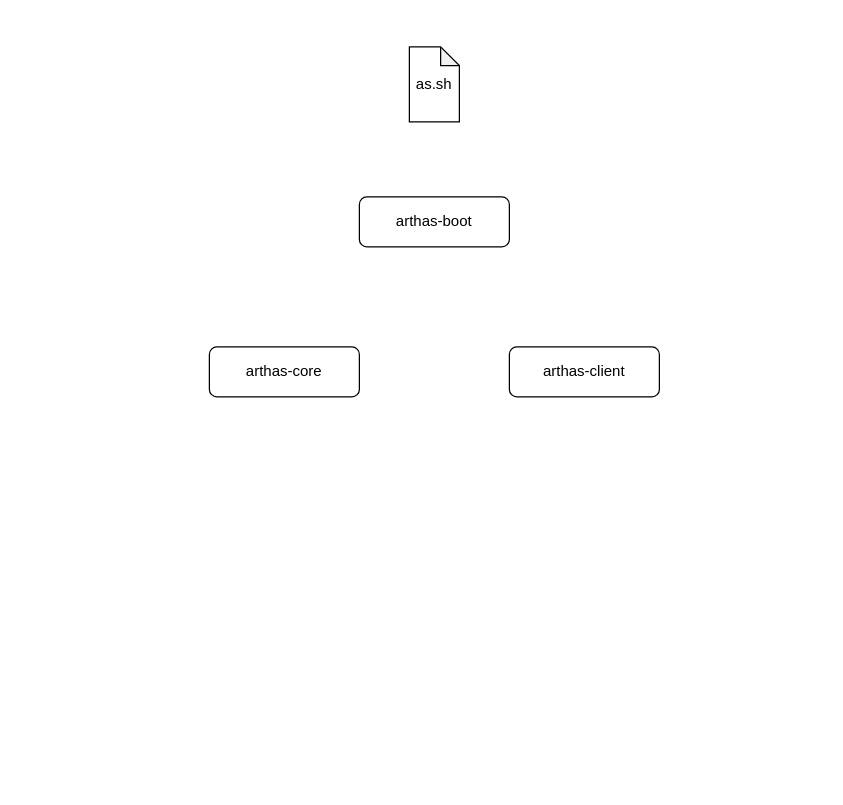
The draw.io diagram arthas/arthas.drawio in rabbitcount/drawio, before the edit. Source tidied: cells renumbered, new cells numbered last; positions are measured from the earlier drawing's top-left corner, leaving out a move shared by most shapes. Both pictures are drawn from the tidied source at 125%, with x=0, y=0 at pixel (209, 46).
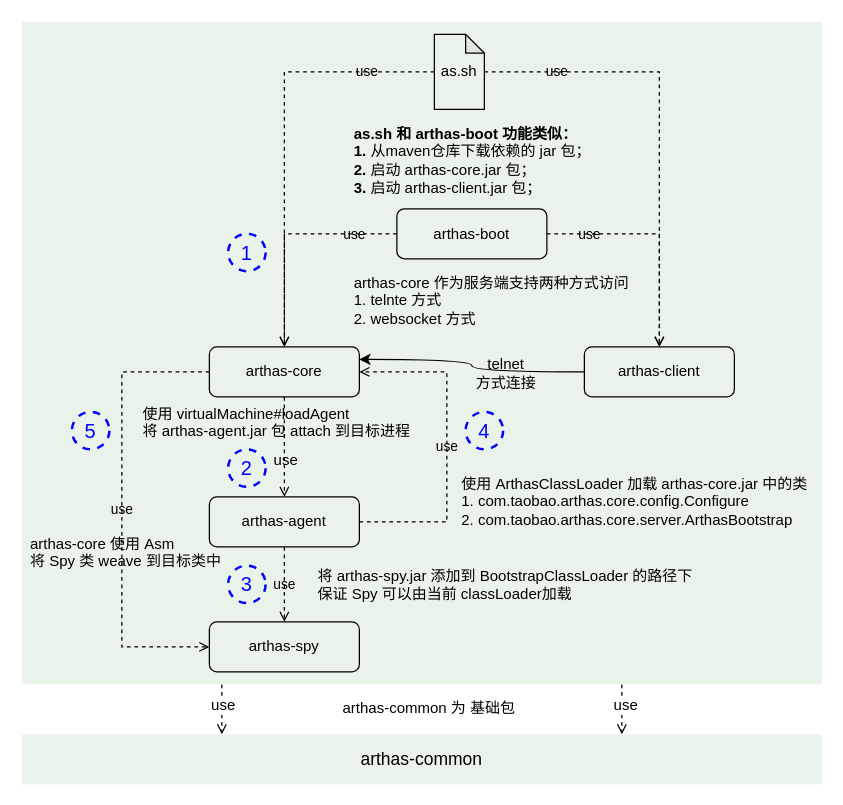
The same page after the edit.

Change to the diagram source:
```diff
@@
+    <mxCell id="6" style="edgeStyle=orthogonalEdgeStyle;rounded=0;jettySize=auto;html=1;exitX=0.25;exitY=1;exitDx=0;exitDy=0;entryX=0.25;entryY=0;entryDx=0;entryDy=0;dashed=1;labelBackgroundColor=none;endArrow=open;endFill=0;fontSize=12;fontColor=#0000FF;" parent="1" edge="1" source="10" target="35">
+      <mxGeometry relative="1" as="geometry" />
+    </mxCell>
+    <mxCell id="7" value="use" style="text;html=1;align=center;verticalAlign=middle;labelBackgroundColor=#ffffff;fontSize=12;fontColor=#000000;" parent="6" vertex="1">
+      <mxGeometry x="-0.15" relative="1" as="geometry">
+        <mxPoint y="-1" as="offset" />
+      </mxGeometry>
+    </mxCell>
+    <mxCell id="8" style="edgeStyle=orthogonalEdgeStyle;rounded=0;jettySize=auto;html=1;exitX=0.75;exitY=1;exitDx=0;exitDy=0;entryX=0.75;entryY=0;entryDx=0;entryDy=0;dashed=1;labelBackgroundColor=none;endArrow=open;endFill=0;fontSize=12;fontColor=#0000FF;" parent="1" edge="1" source="10" target="35">
+      <mxGeometry relative="1" as="geometry" />
+    </mxCell>
+    <mxCell id="9" value="use" style="text;html=1;align=center;verticalAlign=middle;labelBackgroundColor=#ffffff;fontSize=12;fontColor=#000000;" parent="8" vertex="1">
+      <mxGeometry x="-0.35" y="2" relative="1" as="geometry">
+        <mxPoint y="3" as="offset" />
+      </mxGeometry>
+    </mxCell>
+    <mxCell id="10" style="rounded=0;whiteSpace=wrap;html=1;labelBackgroundColor=none;strokeColor=none;fillColor=#d5e8d4;fontSize=14;gradientColor=none;opacity=50;shadow=0;glass=0;" parent="1" vertex="1">
+      <mxGeometry x="-150" y="-20" width="640" height="530" as="geometry" />
+    </mxCell>
+    <mxCell id="11" value="use" style="rounded=0;jettySize=auto;html=1;entryX=0.5;entryY=0;entryDx=0;entryDy=0;edgeStyle=orthogonalEdgeStyle;dashed=1;endArrow=open;endFill=0;labelBackgroundColor=none;" parent="1" edge="1" source="2" target="4">
+      <mxGeometry x="-0.68" relative="1" as="geometry">
+        <Array as="points">
+          <mxPoint x="60" y="20" />
+        </Array>
+      </mxGeometry>
+    </mxCell>
+    <mxCell id="12" value="use" style="edgeStyle=orthogonalEdgeStyle;rounded=0;jettySize=auto;html=1;dashed=1;endArrow=open;endFill=0;entryX=0.5;entryY=0;entryDx=0;entryDy=0;labelBackgroundColor=none;" parent="1" edge="1" source="2" target="5">
+      <mxGeometry x="-0.68" relative="1" as="geometry">
+        <Array as="points">
+          <mxPoint x="360" y="20" />
+        </Array>
+      </mxGeometry>
+    </mxCell>
-    <mxCell id="2" value="as.sh" style="shape=note;whiteSpace=wrap;html=1;backgroundOutline=1;darkOpacity=0.05;fillColor=none;size=15;" parent="1" vertex="1">
-      <mxGeometry x="160" width="40" height="60" as="geometry" />
+    <mxCell id="2" value="as.sh" style="shape=note;whiteSpace=wrap;html=1;backgroundOutline=1;darkOpacity=0.05;fillColor=none;size=15;fontSize=12;fontStyle=0;comic=0;shadow=0;" parent="1" vertex="1">
+      <mxGeometry x="180" y="-10" width="40" height="60" as="geometry" />
     </mxCell>
+    <mxCell id="13" value="use" style="edgeStyle=orthogonalEdgeStyle;rounded=0;jettySize=auto;html=1;entryX=0.5;entryY=0;entryDx=0;entryDy=0;dashed=1;endArrow=open;endFill=0;labelBackgroundColor=none;" parent="1" edge="1" source="3" target="4">
+      <mxGeometry x="-0.62" relative="1" as="geometry">
+        <Array as="points">
+          <mxPoint x="60" y="150" />
+        </Array>
+      </mxGeometry>
+    </mxCell>
+    <mxCell id="14" value="use" style="edgeStyle=orthogonalEdgeStyle;rounded=0;jettySize=auto;html=1;entryX=0.5;entryY=0;entryDx=0;entryDy=0;dashed=1;endArrow=open;endFill=0;labelBackgroundColor=none;" parent="1" edge="1" source="3" target="5">
+      <mxGeometry x="-0.62" relative="1" as="geometry">
+        <Array as="points">
+          <mxPoint x="360" y="150" />
+        </Array>
+      </mxGeometry>
+    </mxCell>
-    <mxCell id="3" value="arthas-boot" style="rounded=1;whiteSpace=wrap;html=1;fillColor=none;" parent="1" vertex="1">
-      <mxGeometry x="120" y="120" width="120" height="40" as="geometry" />
+    <mxCell id="3" value="arthas-boot" style="rounded=1;whiteSpace=wrap;html=1;fillColor=none;fontSize=12;fontStyle=0;" parent="1" vertex="1">
+      <mxGeometry x="150" y="129.5" width="120" height="40" as="geometry" />
     </mxCell>
+    <mxCell id="15" style="edgeStyle=orthogonalEdgeStyle;rounded=0;jettySize=auto;html=1;dashed=1;endArrow=open;endFill=0;" parent="1" edge="1" source="4" target="22">
+      <mxGeometry relative="1" as="geometry" />
+    </mxCell>
+    <mxCell id="16" value="use" style="text;html=1;align=center;verticalAlign=middle;labelBackgroundColor=none;" parent="15" vertex="1">
+      <mxGeometry x="-0.57" y="1" relative="1" as="geometry">
+        <mxPoint x="-1" y="33" as="offset" />
+      </mxGeometry>
+    </mxCell>
+    <mxCell id="17" value="use" style="edgeStyle=orthogonalEdgeStyle;rounded=0;jettySize=auto;html=1;entryX=0;entryY=0.5;entryDx=0;entryDy=0;dashed=1;endArrow=open;endFill=0;labelBackgroundColor=none;" parent="1" edge="1" source="4" target="23">
+      <mxGeometry relative="1" as="geometry">
+        <Array as="points">
+          <mxPoint x="-70" y="260" />
+          <mxPoint x="-70" y="480" />
+        </Array>
+      </mxGeometry>
+    </mxCell>
-    <mxCell id="4" value="arthas-core" style="rounded=1;whiteSpace=wrap;html=1;fillColor=none;" parent="1" vertex="1">
+    <mxCell id="4" value="arthas-core" style="rounded=1;whiteSpace=wrap;html=1;fillColor=none;fontSize=12;fontStyle=0;" parent="1" vertex="1">
       <mxGeometry y="240" width="120" height="40" as="geometry" />
     </mxCell>
+    <mxCell id="18" style="edgeStyle=orthogonalEdgeStyle;rounded=0;jettySize=auto;html=1;entryX=1;entryY=0.25;entryDx=0;entryDy=0;curved=1;" parent="1" edge="1" source="5" target="4">
+      <mxGeometry relative="1" as="geometry" />
+    </mxCell>
+    <mxCell id="19" value="telnet&lt;br&gt;方式连接" style="text;html=1;align=center;verticalAlign=middle;labelBackgroundColor=none;" parent="18" vertex="1">
+      <mxGeometry x="0.14" y="4" relative="1" as="geometry">
+        <mxPoint x="34" y="6" as="offset" />
+      </mxGeometry>
+    </mxCell>
-    <mxCell id="5" value="arthas-client" style="rounded=1;whiteSpace=wrap;html=1;fillColor=none;" parent="1" vertex="1">
-      <mxGeometry x="240" y="240" width="120" height="40" as="geometry" />
+    <mxCell id="5" value="arthas-client" style="rounded=1;whiteSpace=wrap;html=1;fillColor=none;fontSize=12;fontStyle=0;" parent="1" vertex="1">
+      <mxGeometry x="300" y="240" width="120" height="40" as="geometry" />
     </mxCell>
+    <mxCell id="20" value="use" style="edgeStyle=orthogonalEdgeStyle;rounded=0;jettySize=auto;html=1;entryX=0.5;entryY=0;entryDx=0;entryDy=0;dashed=1;endArrow=open;endFill=0;labelBackgroundColor=none;" parent="1" edge="1" source="22" target="23">
+      <mxGeometry relative="1" as="geometry" />
+    </mxCell>
+    <mxCell id="21" value="use" style="edgeStyle=orthogonalEdgeStyle;rounded=0;jettySize=auto;html=1;entryX=1;entryY=0.5;entryDx=0;entryDy=0;dashed=1;exitX=1;exitY=0.5;exitDx=0;exitDy=0;endArrow=open;endFill=0;labelBackgroundColor=none;" parent="1" edge="1" source="22" target="4">
+      <mxGeometry relative="1" as="geometry">
+        <Array as="points">
+          <mxPoint x="190" y="380" />
+          <mxPoint x="190" y="260" />
+        </Array>
+      </mxGeometry>
+    </mxCell>
+    <mxCell id="22" value="arthas-agent" style="rounded=1;whiteSpace=wrap;html=1;fillColor=none;fontSize=12;fontStyle=0;" parent="1" vertex="1">
+      <mxGeometry y="360" width="120" height="40" as="geometry" />
+    </mxCell>
+    <mxCell id="23" value="arthas-spy" style="rounded=1;whiteSpace=wrap;html=1;fillColor=none;fontSize=12;fontStyle=0;" parent="1" vertex="1">
+      <mxGeometry y="460" width="120" height="40" as="geometry" />
+    </mxCell>
+    <mxCell id="24" value="&lt;b&gt;as.sh 和 arthas-boot 功能类似：&lt;/b&gt;&lt;br&gt;&lt;b&gt;1. &lt;/b&gt;从maven仓库下载依赖的 jar 包；&lt;br&gt;&lt;b&gt;2.&lt;/b&gt; 启动 arthas-core.jar 包；&lt;br&gt;&lt;b&gt;3.&lt;/b&gt; 启动 arthas-client.jar 包；" style="text;html=1;align=left;verticalAlign=top;spacingTop=-4;" parent="1" vertex="1">
+      <mxGeometry x="114" y="60" width="200" height="60" as="geometry" />
+    </mxCell>
+    <mxCell id="25" value="arthas-core 作为服务端支持两种方式访问&lt;br&gt;1. telnte 方式&lt;br&gt;2. websocket 方式" style="text;html=1;align=left;verticalAlign=top;spacingTop=-4;" parent="1" vertex="1">
+      <mxGeometry x="114" y="179" width="240" height="40" as="geometry" />
+    </mxCell>
+    <mxCell id="26" value="使用 virtualMachine#loadAgent&lt;br&gt;将 arthas-agent.jar 包 attach 到目标进程" style="text;html=1;align=left;verticalAlign=top;spacingTop=-4;strokeColor=none;fillColor=none;labelBackgroundColor=none;" parent="1" vertex="1">
+      <mxGeometry x="-55" y="284" width="230" height="30" as="geometry" />
+    </mxCell>
+    <mxCell id="27" value="将 arthas-spy.jar 添加到 BootstrapClassLoader 的路径下&lt;br&gt;保证 Spy 可以由当前 classLoader加载" style="text;html=1;align=left;verticalAlign=top;spacingTop=-4;" parent="1" vertex="1">
+      <mxGeometry x="85" y="414" width="320" height="30" as="geometry" />
+    </mxCell>
+    <mxCell id="28" value="arthas-core 使用 Asm&lt;br&gt;将 Spy 类 weave 到目标类中" style="text;html=1;align=left;verticalAlign=top;spacingTop=-4;flipV=0;direction=west;" parent="1" vertex="1">
+      <mxGeometry x="-145" y="388" width="170" height="30" as="geometry" />
+    </mxCell>
+    <mxCell id="29" value="使用 ArthasClassLoader 加载 arthas-core.jar 中的类&lt;br&gt;1. com.taobao.arthas.core.config.Configure&lt;br&gt;2. com.taobao.arthas.core.server.ArthasBootstrap" style="text;html=1;align=left;verticalAlign=top;spacingTop=-4;" parent="1" vertex="1">
+      <mxGeometry x="200" y="340" width="290" height="40" as="geometry" />
+    </mxCell>
+    <mxCell id="30" value="1" style="ellipse;whiteSpace=wrap;html=1;rounded=1;labelBackgroundColor=none;strokeColor=#0000FF;fillColor=none;fontSize=16;fontColor=#0000FF;dashed=1;strokeWidth=2;" parent="1" vertex="1">
+      <mxGeometry x="15" y="149.5" width="30" height="30" as="geometry" />
+    </mxCell>
+    <mxCell id="31" value="2" style="ellipse;whiteSpace=wrap;html=1;rounded=1;labelBackgroundColor=none;strokeColor=#0000FF;fillColor=none;fontSize=16;fontColor=#0000FF;dashed=1;strokeWidth=2;" parent="1" vertex="1">
+      <mxGeometry x="15" y="322" width="30" height="30" as="geometry" />
+    </mxCell>
+    <mxCell id="32" value="3" style="ellipse;whiteSpace=wrap;html=1;rounded=1;labelBackgroundColor=none;strokeColor=#0000FF;fillColor=none;fontSize=16;fontColor=#0000FF;dashed=1;strokeWidth=2;" parent="1" vertex="1">
+      <mxGeometry x="15" y="415" width="30" height="30" as="geometry" />
+    </mxCell>
+    <mxCell id="33" value="4" style="ellipse;whiteSpace=wrap;html=1;rounded=1;labelBackgroundColor=none;strokeColor=#0000FF;fillColor=none;fontSize=16;fontColor=#0000FF;dashed=1;strokeWidth=2;" parent="1" vertex="1">
+      <mxGeometry x="205" y="292" width="30" height="30" as="geometry" />
+    </mxCell>
+    <mxCell id="34" value="5" style="ellipse;whiteSpace=wrap;html=1;rounded=1;labelBackgroundColor=none;strokeColor=#0000FF;fillColor=none;fontSize=16;fontColor=#0000FF;dashed=1;strokeWidth=2;" parent="1" vertex="1">
+      <mxGeometry x="-110" y="292" width="30" height="30" as="geometry" />
+    </mxCell>
+    <mxCell id="35" value="arthas-common" style="rounded=0;whiteSpace=wrap;html=1;labelBackgroundColor=none;strokeColor=none;fillColor=#d5e8d4;fontSize=14;gradientColor=none;opacity=50;" parent="1" vertex="1">
+      <mxGeometry x="-150" y="550" width="640" height="40" as="geometry" />
+    </mxCell>
+    <mxCell id="36" value="arthas-common 为 基础包" style="text;html=1;align=left;verticalAlign=top;spacingTop=-4;fontSize=12;fontColor=#000000;" parent="1" vertex="1">
+      <mxGeometry x="105" y="519" width="150" height="20" as="geometry" />
+    </mxCell>
```
